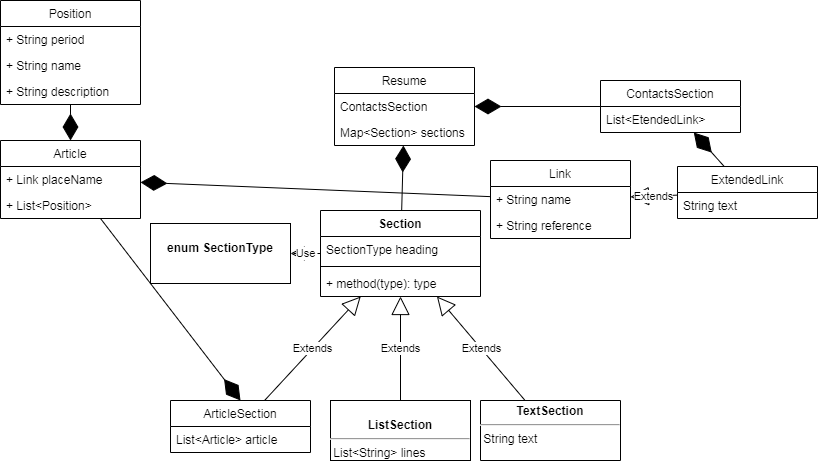
Before: basejava.png, a diagram exported from draw.io (ticherti/basejava). Source tidied: cells renumbered, new cells last; positions are measured from the earlier drawing's top-left corner, leaving out a move shared by most shapes.
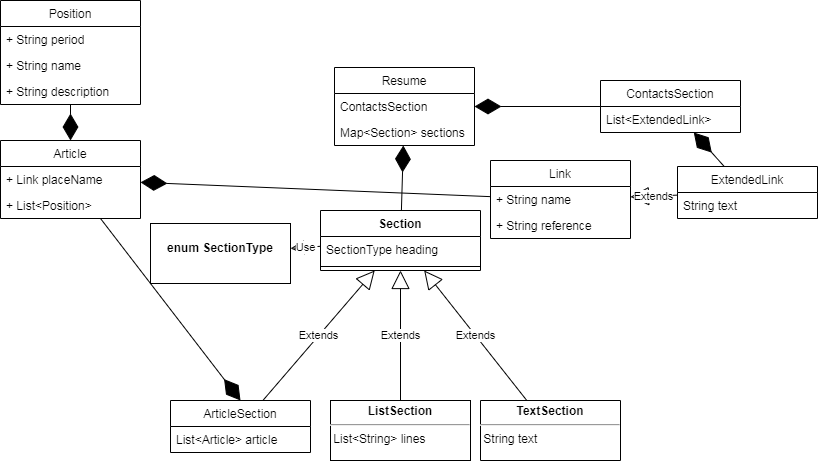
The same file after the commit.

Diff of the diagram source:
```diff
@@ -12,7 +12,7 @@
       <mxGeometry y="52" width="140" height="26" as="geometry" />
     </mxCell>
     <mxCell id="5" value="Section" style="swimlane;fontStyle=1;align=center;verticalAlign=top;horizontal=1;startSize=26;" parent="1" vertex="1">
-      <mxGeometry x="320" y="210" width="160" height="86" as="geometry" />
+      <mxGeometry x="320" y="210" width="160" height="60" as="geometry" />
     </mxCell>
     <mxCell id="6" value="SectionType heading" style="text;strokeColor=none;fillColor=none;align=left;verticalAlign=top;spacingLeft=4;spacingRight=4;overflow=hidden;" parent="5" vertex="1">
       <mxGeometry y="26" width="160" height="26" as="geometry" />
@@ -20,10 +20,7 @@
     <mxCell id="7" style="line;strokeWidth=1;fillColor=none;align=left;verticalAlign=middle;spacingTop=-1;spacingLeft=3;spacingRight=3;labelPosition=right;" parent="5" vertex="1">
       <mxGeometry y="52" width="160" height="8" as="geometry" />
     </mxCell>
-    <mxCell id="8" value="+ method(type): type" style="text;strokeColor=none;fillColor=none;align=left;verticalAlign=top;spacingLeft=4;spacingRight=4;overflow=hidden;" parent="5" vertex="1">
-      <mxGeometry y="60" width="160" height="26" as="geometry" />
-    </mxCell>
-    <mxCell id="9" value="&lt;p style=&quot;margin: 0px ; margin-top: 4px ; text-align: center&quot;&gt;&lt;br&gt;&lt;b&gt;ListSection&lt;/b&gt;&lt;/p&gt;&lt;hr&gt;&lt;span style=&quot;white-space: pre&quot;&gt; &lt;/span&gt;List&amp;lt;String&amp;gt; lines" style="verticalAlign=top;align=left;overflow=fill;fontSize=12;fontFamily=Helvetica;html=1;" parent="1" vertex="1">
+    <mxCell id="9" value="&lt;p style=&quot;margin: 0px ; margin-top: 4px ; text-align: center&quot;&gt;&lt;b&gt;ListSection&lt;/b&gt;&lt;/p&gt;&lt;hr&gt;&lt;span style=&quot;white-space: pre&quot;&gt; &lt;/span&gt;List&amp;lt;String&amp;gt; lines" style="verticalAlign=top;align=left;overflow=fill;fontSize=12;fontFamily=Helvetica;html=1;" parent="1" vertex="1">
       <mxGeometry x="330" y="400" width="140" height="60" as="geometry" />
     </mxCell>
     <mxCell id="10" value="&lt;p style=&quot;margin: 0px ; margin-top: 4px ; text-align: center&quot;&gt;&lt;br&gt;&lt;b&gt;enum SectionType&lt;/b&gt;&lt;/p&gt;" style="verticalAlign=top;align=left;overflow=fill;fontSize=12;fontFamily=Helvetica;html=1;" parent="1" vertex="1">
@@ -65,7 +62,7 @@
     <mxCell id="22" value="ContactsSection" style="swimlane;fontStyle=0;horizontal=1;startSize=26;fillColor=none;strokeColor=#000000;" parent="1" vertex="1">
       <mxGeometry x="600" y="80" width="140" height="52" as="geometry" />
     </mxCell>
-    <mxCell id="23" value="List&lt;EtendedLink&gt;" style="text;strokeColor=none;fillColor=none;align=left;verticalAlign=top;spacingLeft=4;spacingRight=4;overflow=hidden;" parent="22" vertex="1">
+    <mxCell id="23" value="List&lt;ExtendedLink&gt;" style="text;strokeColor=none;fillColor=none;align=left;verticalAlign=top;spacingLeft=4;spacingRight=4;overflow=hidden;" parent="22" vertex="1">
       <mxGeometry y="26" width="140" height="26" as="geometry" />
     </mxCell>
     <mxCell id="24" style="endArrow=diamondThin;endFill=1;endSize=24;html=1;" parent="1" edge="1" source="22" target="2">
```
